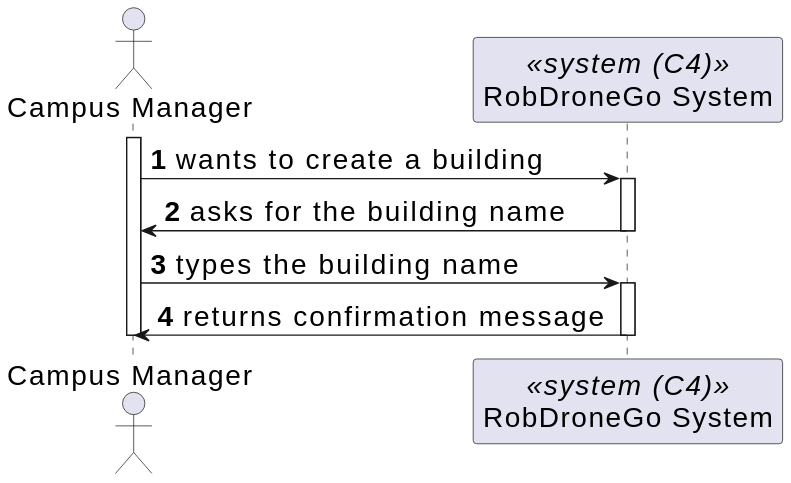
Earlier version of the PlantUML export _wiki/sprint-a/us08-220/views/level-1/assets/us08-level1_processes.svg (miseEnPlace-dev/lapr5).
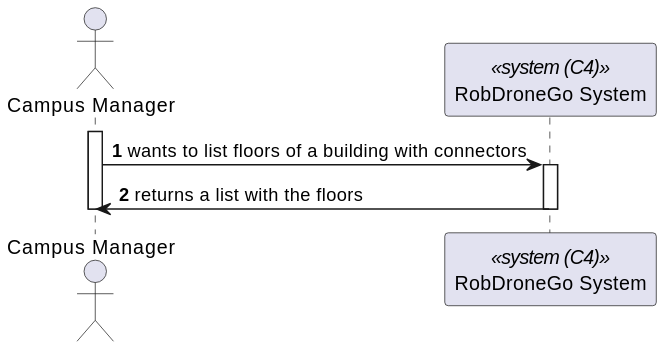
The same file after the commit.

Diff of the diagram source:
```diff
@@ -1,5 +1,4 @@
-@startuml
-skinparamlocked defaultFontSize 20
+@startuml us08-level1_processes
 autonumber
 
 actor CM as "Campus Manager"
@@ -7,17 +6,12 @@
 
 activate CM
 
-CM -> SYS : wants to create a building
+CM -> SYS : wants to list floors of a building with connectors
 activate SYS
 
-CM <- SYS : asks for the building name
-deactivate SYS
-
-CM -> SYS : types the building name
-activate SYS
-
-CM <- SYS : returns confirmation message
+CM <- SYS : returns a list with the floors
 deactivate SYS
 
 deactivate CM
+
 @enduml
```
